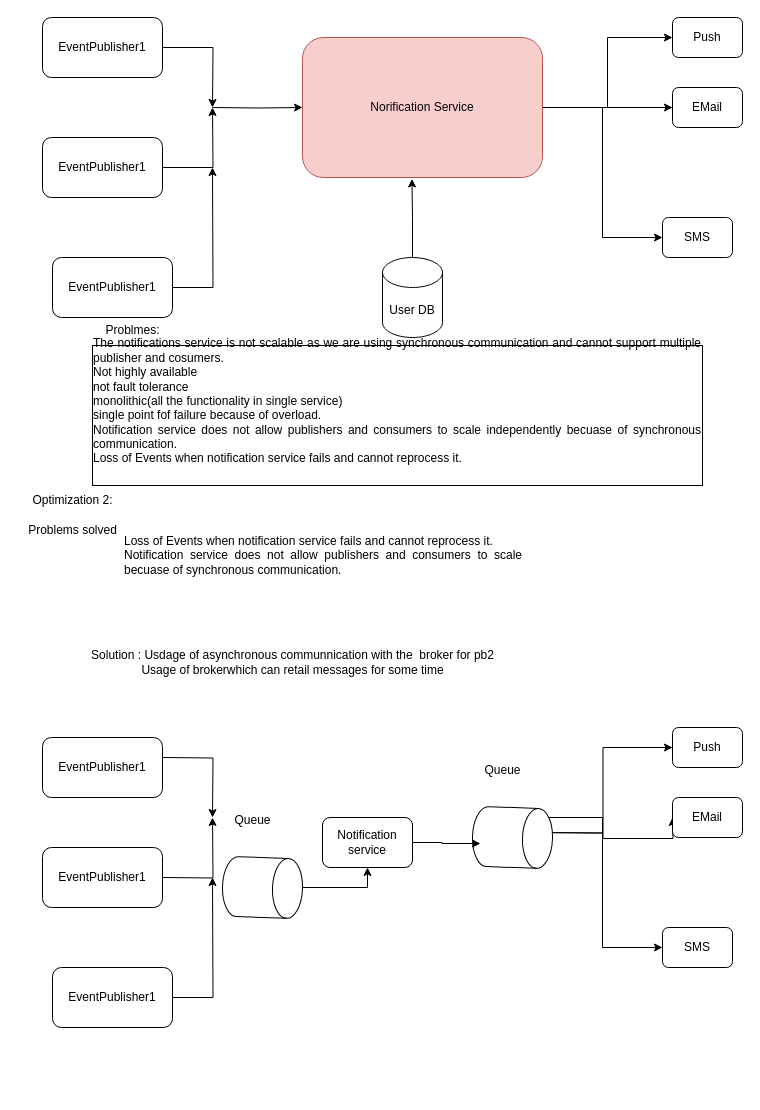
The draw.io diagram notification/Notification.drawio in vemarajusaikrishna/hld, before the edit. Source tidied: cells renumbered, new cells numbered last; positions are measured from the earlier drawing's top-left corner, leaving out a move shared by most shapes. Both pictures are drawn from the tidied source at 100%, with x=0, y=0 at pixel (17, 17).
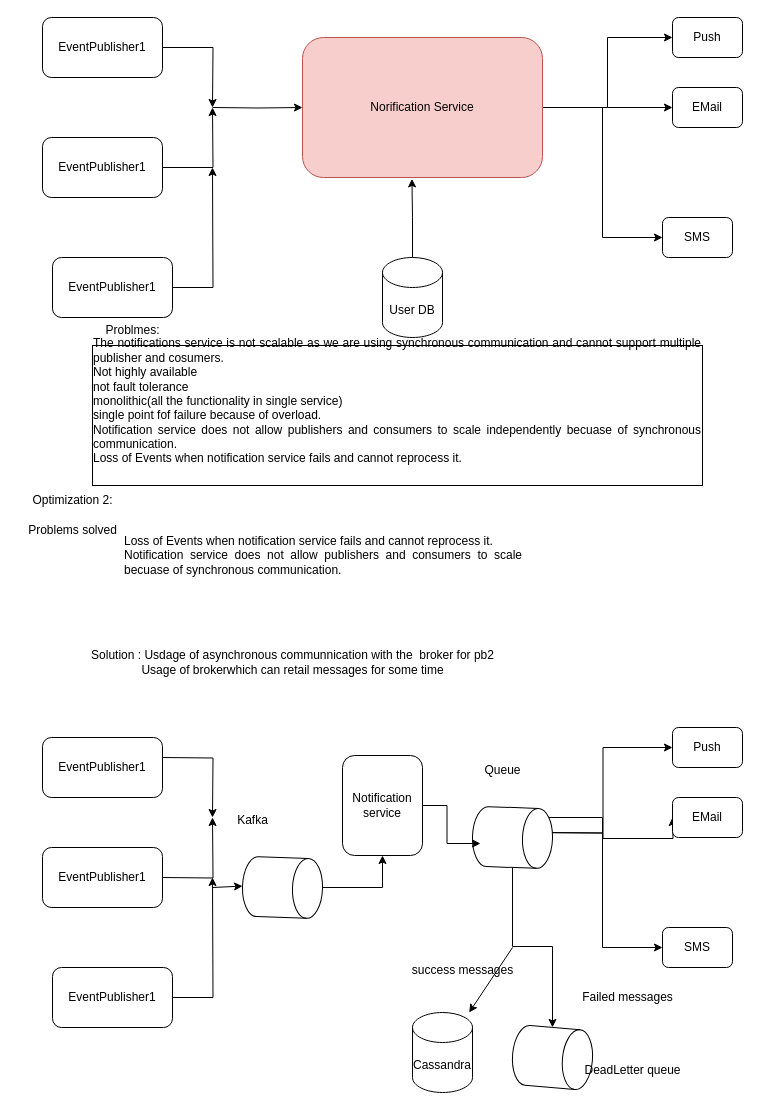
The same page after the edit.

Unchanged cells that the change refers to:
```xml
<mxCell id="36" style="shape=cylinder3;whiteSpace=wrap;html=1;boundedLbl=1;backgroundOutline=1;size=15;rotation=92;" parent="1" vertex="1">
  <mxGeometry x="465" y="780" width="60" height="80" as="geometry" />
</mxCell>
```

What changed in the source:
```diff
@@
+    <mxCell id="43" style="edgeStyle=orthogonalEdgeStyle;rounded=0;jettySize=auto;html=1;" parent="1" edge="1" source="36" target="46">
+      <mxGeometry relative="1" as="geometry" />
+    </mxCell>
@@
     <mxCell id="38" style="shape=cylinder3;whiteSpace=wrap;html=1;boundedLbl=1;backgroundOutline=1;size=15;rotation=92;" parent="1" vertex="1">
-      <mxGeometry x="215" y="830" width="60" height="80" as="geometry" />
+      <mxGeometry x="235" y="830" width="60" height="80" as="geometry" />
     </mxCell>
     <mxCell id="39" value="Notification service" style="rounded=1;whiteSpace=wrap;html=1;" parent="1" vertex="1">
-      <mxGeometry x="305" y="800" width="90" height="50" as="geometry" />
+      <mxGeometry x="325" y="738" width="80" height="100" as="geometry" />
     </mxCell>
@@
-    <mxCell id="41" value="Queue" style="text;html=1;align=center;verticalAlign=middle;strokeColor=none;fillColor=none;" parent="1" vertex="1">
-      <mxGeometry x="205" y="788" width="60" height="30" as="geometry" />
-    </mxCell>
@@
+    <mxCell id="44" value="Kafka" style="text;html=1;align=center;verticalAlign=middle;strokeColor=none;fillColor=none;" parent="1" vertex="1">
+      <mxGeometry x="210" y="788" width="50" height="30" as="geometry" />
+    </mxCell>
+    <mxCell id="45" style="endArrow=classic;html=1;rounded=0;entryX=0.5;entryY=1;entryDx=0;entryDy=0;entryPerimeter=0;" parent="1" edge="1" target="38">
+      <mxGeometry relative="1" as="geometry">
+        <mxPoint x="195" y="870" as="sourcePoint" />
+      </mxGeometry>
+    </mxCell>
+    <mxCell id="46" style="shape=cylinder3;whiteSpace=wrap;html=1;boundedLbl=1;backgroundOutline=1;size=15;rotation=95;" parent="1" vertex="1">
+      <mxGeometry x="505" y="1000" width="60" height="80" as="geometry" />
+    </mxCell>
+    <mxCell id="47" value="DeadLetter queue" style="text;html=1;align=center;verticalAlign=middle;strokeColor=none;fillColor=none;" parent="1" vertex="1">
+      <mxGeometry x="555" y="1038" width="120" height="30" as="geometry" />
+    </mxCell>
+    <mxCell id="48" value="Failed messages" style="text;html=1;align=center;verticalAlign=middle;strokeColor=none;fillColor=none;" parent="1" vertex="1">
+      <mxGeometry x="555" y="965" width="110" height="30" as="geometry" />
+    </mxCell>
+    <mxCell id="49" value="Cassandra" style="shape=cylinder3;whiteSpace=wrap;html=1;boundedLbl=1;backgroundOutline=1;size=15;" parent="1" vertex="1">
+      <mxGeometry x="395" y="995" width="60" height="80" as="geometry" />
+    </mxCell>
+    <mxCell id="50" style="endArrow=classic;html=1;rounded=0;" parent="1" edge="1" target="49">
+      <mxGeometry relative="1" as="geometry">
+        <mxPoint x="495" y="930" as="sourcePoint" />
+      </mxGeometry>
+    </mxCell>
+    <mxCell id="51" value="success messages" style="text;html=1;align=center;verticalAlign=middle;strokeColor=none;fillColor=none;" parent="1" vertex="1">
+      <mxGeometry x="385" y="938" width="120" height="30" as="geometry" />
+    </mxCell>
```
